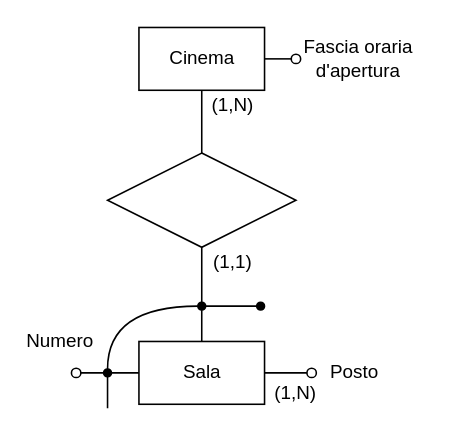
Before: docs/media/er_diagrams/er-diagram_2.drawio in buracchi/cinema-management-system, a draw.io diagram. Source tidied: cells renumbered, new cells numbered last; positions are measured from the earlier drawing's top-left corner, leaving out a move shared by most shapes. Both pictures are drawn from the tidied source at 157%, with x=0, y=0 at pixel (28, 27).
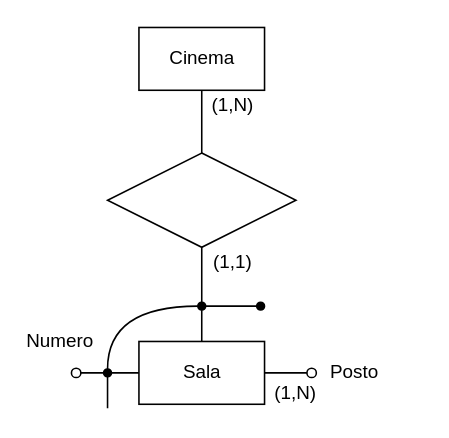
Above is the later version.

The change refers to these unchanged cells:
```xml
<mxCell id="4" value="Cinema" style="html=1;sketch=0;" parent="1" vertex="1">
  <mxGeometry x="70" width="80" height="40" as="geometry" />
</mxCell>
```

The edit, as a diff of the source:
```diff
@@
-    <mxCell id="3" style="rounded=0;jettySize=auto;html=1;endArrow=oval;endFill=0;" parent="1" edge="1" source="4">
-      <mxGeometry relative="1" as="geometry">
-        <mxPoint x="170" y="20" as="targetPoint" />
-      </mxGeometry>
-    </mxCell>
@@
-    <mxCell id="9" value="Fascia oraria d'apertura" style="text;html=1;strokeColor=none;fillColor=none;align=center;verticalAlign=middle;whiteSpace=wrap;sketch=0;" parent="1" vertex="1">
-      <mxGeometry x="170" y="10" width="80" height="20" as="geometry" />
-    </mxCell>
```
